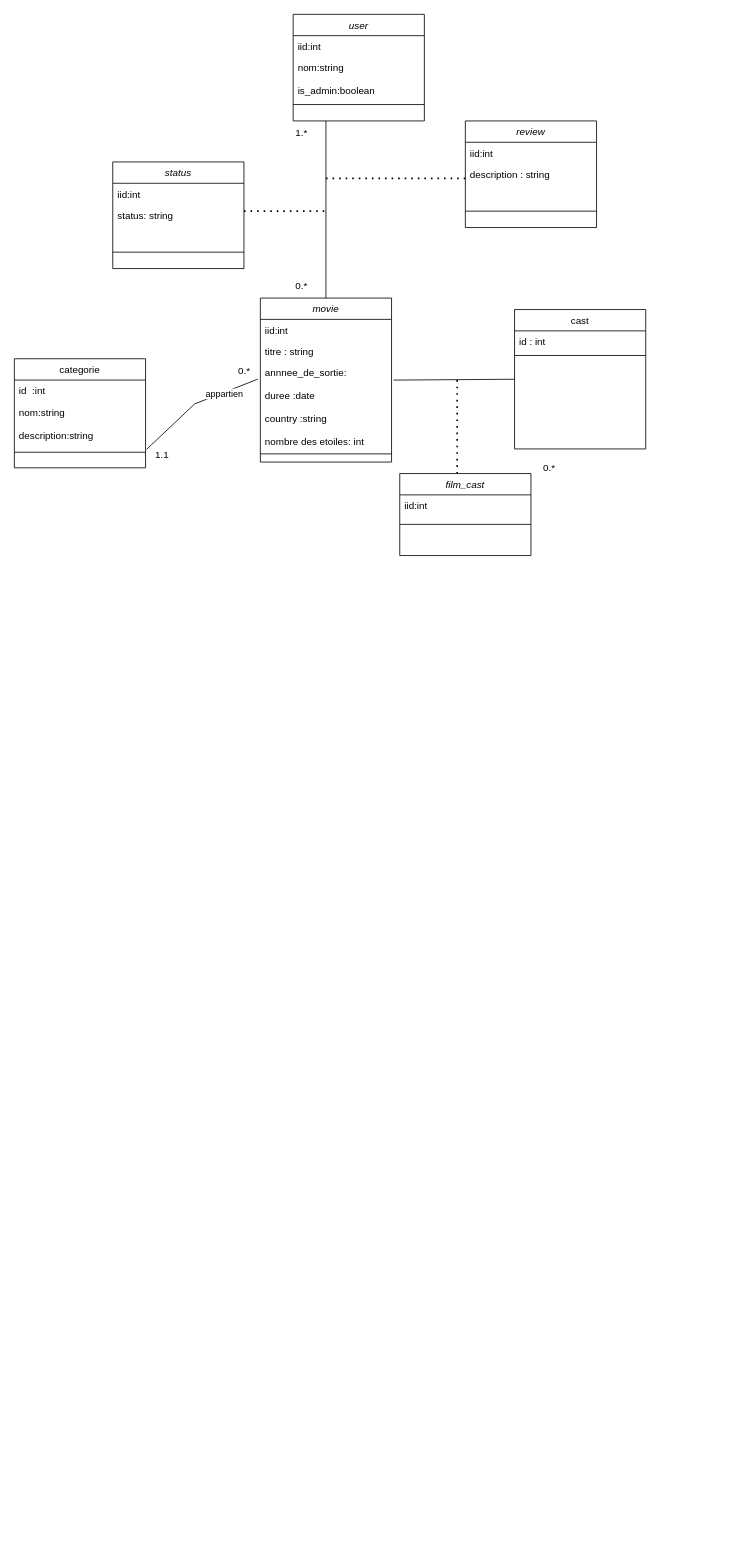
This is Diagramme sans nom.drawio from Fatiroot/dashboard_moviemingle, a draw.io file, before an edit. Source tidied: cells renumbered, new cells numbered last; positions are measured from the earlier drawing's top-left corner, leaving out a move shared by most shapes. Both pictures are drawn from the tidied source at 82%, with x=0, y=0 at pixel (14, 14).
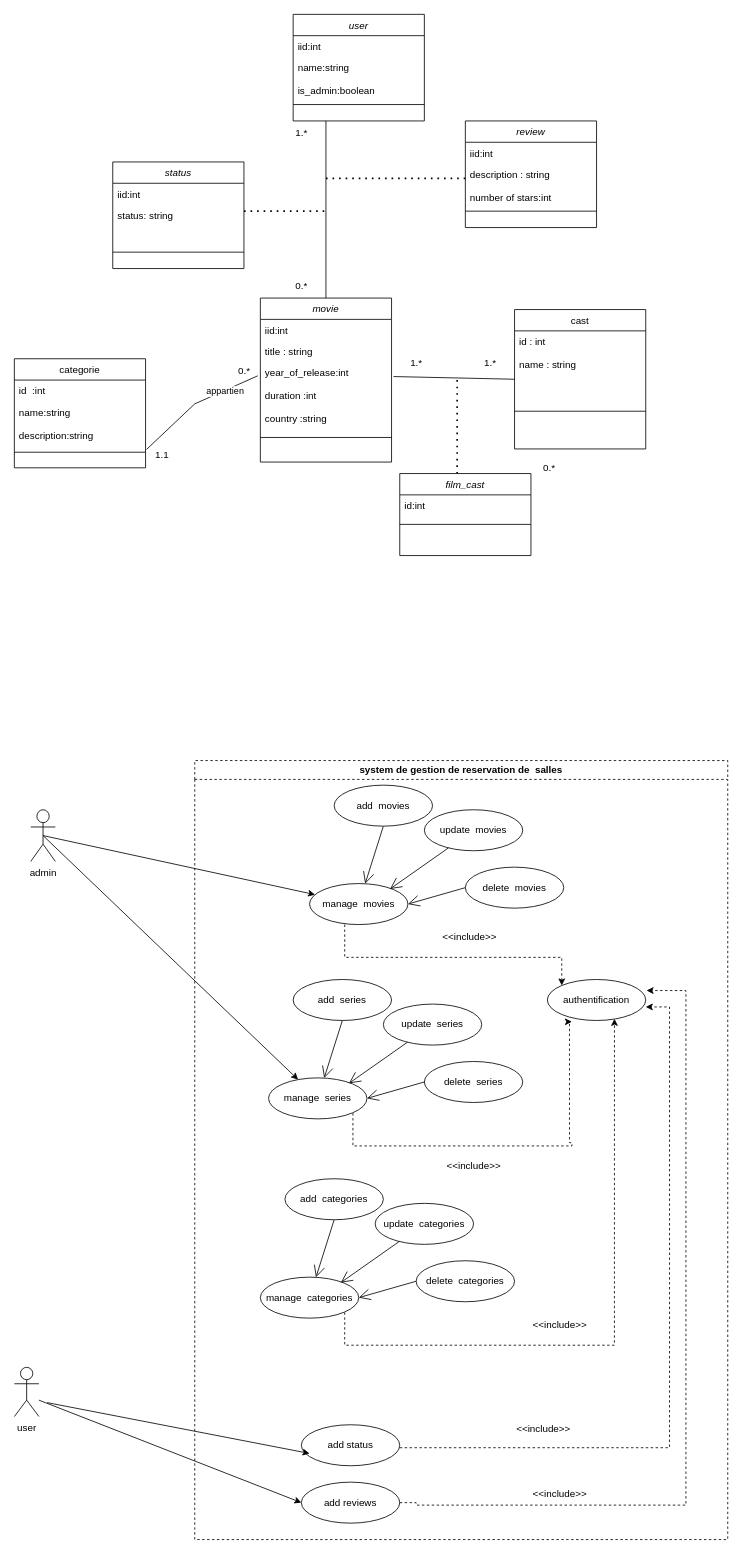
Above is the later version.

Commit message:
digramme de classe et cas d'utilisation

Unchanged cells that the change refers to:
```xml
<mxCell id="2" value="movie" style="swimlane;fontStyle=2;align=center;verticalAlign=top;horizontal=1;startSize=26;rounded=0;shadow=0;strokeWidth=1;" parent="1" vertex="1">
  <mxGeometry x="300" y="346" width="160" height="200" as="geometry" />
</mxCell>
<mxCell id="7" value="cast" style="swimlane;fontStyle=0;align=center;verticalAlign=top;horizontal=1;startSize=26;rounded=0;shadow=0;strokeWidth=1;" parent="1" vertex="1">
  <mxGeometry x="610" y="360" width="160" height="170" as="geometry" />
</mxCell>
<mxCell id="15" value="user" style="swimlane;fontStyle=2;align=center;verticalAlign=top;horizontal=1;startSize=26;rounded=0;shadow=0;strokeWidth=1;" parent="1" vertex="1">
  <mxGeometry x="340" width="160" height="130" as="geometry" />
</mxCell>
<mxCell id="28" value="review" style="swimlane;fontStyle=2;align=center;verticalAlign=top;horizontal=1;startSize=26;rounded=0;shadow=0;strokeWidth=1;" parent="1" vertex="1">
  <mxGeometry x="550" y="130" width="160" height="130" as="geometry" />
</mxCell>
<mxCell id="33" value="film_cast" style="swimlane;fontStyle=2;align=center;verticalAlign=top;horizontal=1;startSize=26;rounded=0;shadow=0;strokeWidth=1;" parent="1" vertex="1">
  <mxGeometry x="470" y="560" width="160" height="100" as="geometry" />
</mxCell>
<mxCell id="36" value="categorie" style="swimlane;fontStyle=0;align=center;verticalAlign=top;horizontal=1;startSize=26;rounded=0;shadow=0;strokeWidth=1;" parent="1" vertex="1">
  <mxGeometry y="420" width="160" height="133" as="geometry" />
</mxCell>
```

What changed in the source:
```diff
@@
-    <mxCell id="4" value="titre : string" style="text;align=left;verticalAlign=top;spacingLeft=4;spacingRight=4;overflow=hidden;rounded=0;shadow=0;html=0;" parent="2" vertex="1">
+    <mxCell id="4" value="title : string" style="text;align=left;verticalAlign=top;spacingLeft=4;spacingRight=4;overflow=hidden;rounded=0;shadow=0;html=0;" parent="2" vertex="1">
       <mxGeometry y="52" width="160" height="26" as="geometry" />
     </mxCell>
-    <mxCell id="5" value="annnee_de_sortie:&#10;&#10;duree :date&#10;&#10;country :string&#10;&#10;nombre des etoiles: int&#10;&#10;" style="text;align=left;verticalAlign=top;spacingLeft=4;spacingRight=4;overflow=hidden;points=[[0,0.5],[1,0.5]];portConstraint=eastwest;rounded=0;shadow=0;html=0;" parent="2" vertex="1">
-      <mxGeometry y="78" width="160" height="102" as="geometry" />
+    <mxCell id="5" value="year_of_release:int&#10;&#10;duration :int&#10;&#10;country :string" style="text;align=left;verticalAlign=top;spacingLeft=4;spacingRight=4;overflow=hidden;points=[[0,0.5],[1,0.5]];portConstraint=eastwest;rounded=0;shadow=0;html=0;" parent="2" vertex="1">
+      <mxGeometry y="78" width="160" height="82" as="geometry" />
     </mxCell>
     <mxCell id="6" style="line;html=1;strokeWidth=1;align=left;verticalAlign=middle;spacingTop=-1;spacingLeft=3;spacingRight=3;labelPosition=right;" parent="2" vertex="1">
-      <mxGeometry y="180" width="160" height="20" as="geometry" />
+      <mxGeometry y="160" width="160" height="20" as="geometry" />
     </mxCell>
@@
-    <mxCell id="8" value="id : int" style="text;align=left;verticalAlign=top;spacingLeft=4;spacingRight=4;overflow=hidden;" parent="7" vertex="1">
-      <mxGeometry y="26" width="160" height="26" as="geometry" />
+    <mxCell id="8" value="id : int&#10;&#10;name : string" style="text;align=left;verticalAlign=top;spacingLeft=4;spacingRight=4;overflow=hidden;" parent="7" vertex="1">
+      <mxGeometry y="26" width="160" height="94" as="geometry" />
     </mxCell>
     <mxCell id="9" style="line;html=1;strokeWidth=1;align=left;verticalAlign=middle;spacingTop=-1;spacingLeft=3;spacingRight=3;labelPosition=right;" parent="7" vertex="1">
-      <mxGeometry y="52" width="160" height="8" as="geometry" />
+      <mxGeometry y="120" width="160" height="8" as="geometry" />
     </mxCell>
@@
-    <mxCell id="17" value="nom:string&#10;&#10;is_admin:boolean&#10;" style="text;align=left;verticalAlign=top;spacingLeft=4;spacingRight=4;overflow=hidden;rounded=0;shadow=0;html=0;" parent="15" vertex="1">
+    <mxCell id="17" value="name:string&#10;&#10;is_admin:boolean&#10;" style="text;align=left;verticalAlign=top;spacingLeft=4;spacingRight=4;overflow=hidden;rounded=0;shadow=0;html=0;" parent="15" vertex="1">
       <mxGeometry y="52" width="160" height="48" as="geometry" />
     </mxCell>
@@
-    <mxCell id="30" value="description : string" style="text;align=left;verticalAlign=top;spacingLeft=4;spacingRight=4;overflow=hidden;rounded=0;shadow=0;html=0;" parent="28" vertex="1">
+    <mxCell id="30" value="description : string&#10;&#10;number of stars:int&#10;" style="text;align=left;verticalAlign=top;spacingLeft=4;spacingRight=4;overflow=hidden;rounded=0;shadow=0;html=0;" parent="28" vertex="1">
       <mxGeometry y="52" width="160" height="48" as="geometry" />
     </mxCell>
@@
-    <mxCell id="34" value="iid:int" style="text;align=left;verticalAlign=top;spacingLeft=4;spacingRight=4;overflow=hidden;" parent="33" vertex="1">
+    <mxCell id="34" value="id:int" style="text;align=left;verticalAlign=top;spacingLeft=4;spacingRight=4;overflow=hidden;" parent="33" vertex="1">
       <mxGeometry y="26" width="160" height="26" as="geometry" />
     </mxCell>
@@
-    <mxCell id="38" value="nom:string&#10;&#10;description:string" style="text;align=left;verticalAlign=top;spacingLeft=4;spacingRight=4;overflow=hidden;points=[[0,0.5],[1,0.5]];portConstraint=eastwest;rounded=0;shadow=0;html=0;" parent="36" vertex="1">
+    <mxCell id="38" value="name:string&#10;&#10;description:string" style="text;align=left;verticalAlign=top;spacingLeft=4;spacingRight=4;overflow=hidden;points=[[0,0.5],[1,0.5]];portConstraint=eastwest;rounded=0;shadow=0;html=0;" parent="36" vertex="1">
       <mxGeometry y="52" width="160" height="58" as="geometry" />
     </mxCell>
@@
+    <mxCell id="41" value="1.*" style="text;html=1;align=center;verticalAlign=middle;strokeColor=none;fillColor=none;" parent="1" vertex="1">
+      <mxGeometry x="470" y="410" width="40" height="30" as="geometry" />
+    </mxCell>
+    <mxCell id="42" value="1.*" style="text;html=1;align=center;verticalAlign=middle;strokeColor=none;fillColor=none;" parent="1" vertex="1">
+      <mxGeometry x="560" y="410" width="40" height="30" as="geometry" />
+    </mxCell>
+    <mxCell id="43" value="system de gestion de reservation de&amp;nbsp; salles" style="swimlane;whiteSpace=wrap;html=1;dashed=1;" parent="1" vertex="1">
+      <mxGeometry x="220" y="910" width="650" height="950" as="geometry" />
+    </mxCell>
+    <mxCell id="44" style="edgeStyle=orthogonalEdgeStyle;rounded=0;jettySize=auto;html=1;exitX=0.5;exitY=1;exitDx=0;exitDy=0;dashed=1;entryX=0;entryY=0;entryDx=0;entryDy=0;" parent="43" edge="1" target="46">
+      <mxGeometry relative="1" as="geometry">
+        <mxPoint x="182.9" y="200" as="sourcePoint" />
+        <Array as="points">
+          <mxPoint x="183" y="240" />
+          <mxPoint x="447" y="240" />
+        </Array>
+      </mxGeometry>
+    </mxCell>
+    <mxCell id="45" value="manage&amp;nbsp; movies" style="ellipse;whiteSpace=wrap;html=1;" parent="43" vertex="1">
+      <mxGeometry x="140" y="150" width="120" height="50" as="geometry" />
+    </mxCell>
+    <mxCell id="46" value="authentification" style="ellipse;whiteSpace=wrap;html=1;" parent="43" vertex="1">
+      <mxGeometry x="430" y="267" width="120" height="50" as="geometry" />
+    </mxCell>
+    <mxCell id="47" value="add status" style="ellipse;whiteSpace=wrap;html=1;" parent="43" vertex="1">
+      <mxGeometry x="130" y="810" width="120" height="50" as="geometry" />
+    </mxCell>
+    <mxCell id="48" value="delete&amp;nbsp; movies" style="ellipse;whiteSpace=wrap;html=1;" parent="43" vertex="1">
+      <mxGeometry x="330" y="130" width="120" height="50" as="geometry" />
+    </mxCell>
+    <mxCell id="49" value="&amp;lt;&amp;lt;include&amp;gt;&amp;gt;" style="text;html=1;align=center;verticalAlign=middle;strokeColor=none;fillColor=none;" parent="43" vertex="1">
+      <mxGeometry x="290" y="200" width="90" height="30" as="geometry" />
+    </mxCell>
+    <mxCell id="50" style="endArrow=open;endFill=1;endSize=12;html=1;rounded=0;" parent="43" edge="1" target="45">
+      <mxGeometry relative="1" as="geometry">
+        <mxPoint x="230" y="80" as="sourcePoint" />
+      </mxGeometry>
+    </mxCell>
+    <mxCell id="51" value="add&amp;nbsp; movies" style="ellipse;whiteSpace=wrap;html=1;" parent="43" vertex="1">
+      <mxGeometry x="170" y="30" width="120" height="50" as="geometry" />
+    </mxCell>
+    <mxCell id="52" value="update&amp;nbsp; movies" style="ellipse;whiteSpace=wrap;html=1;" parent="43" vertex="1">
+      <mxGeometry x="280" y="60" width="120" height="50" as="geometry" />
+    </mxCell>
+    <mxCell id="53" style="endArrow=open;endFill=1;endSize=12;html=1;rounded=0;entryX=0.818;entryY=0.132;entryDx=0;entryDy=0;entryPerimeter=0;" parent="43" edge="1" source="52" target="45">
+      <mxGeometry relative="1" as="geometry" />
+    </mxCell>
+    <mxCell id="54" style="endArrow=open;endFill=1;endSize=12;html=1;rounded=0;exitX=0;exitY=0.5;exitDx=0;exitDy=0;entryX=1;entryY=0.5;entryDx=0;entryDy=0;" parent="43" edge="1" source="48" target="45">
+      <mxGeometry relative="1" as="geometry" />
+    </mxCell>
+    <mxCell id="55" value="manage&amp;nbsp; series" style="ellipse;whiteSpace=wrap;html=1;" parent="43" vertex="1">
+      <mxGeometry x="90" y="387" width="120" height="50" as="geometry" />
+    </mxCell>
+    <mxCell id="56" value="delete&amp;nbsp; series" style="ellipse;whiteSpace=wrap;html=1;" parent="43" vertex="1">
+      <mxGeometry x="280" y="367" width="120" height="50" as="geometry" />
+    </mxCell>
+    <mxCell id="57" style="endArrow=open;endFill=1;endSize=12;html=1;rounded=0;" parent="43" edge="1" target="55">
+      <mxGeometry relative="1" as="geometry">
+        <mxPoint x="180" y="317" as="sourcePoint" />
+      </mxGeometry>
+    </mxCell>
+    <mxCell id="58" value="add&amp;nbsp; series" style="ellipse;whiteSpace=wrap;html=1;" parent="43" vertex="1">
+      <mxGeometry x="120" y="267" width="120" height="50" as="geometry" />
+    </mxCell>
+    <mxCell id="59" value="update&amp;nbsp; series" style="ellipse;whiteSpace=wrap;html=1;" parent="43" vertex="1">
+      <mxGeometry x="230" y="297" width="120" height="50" as="geometry" />
+    </mxCell>
+    <mxCell id="60" style="endArrow=open;endFill=1;endSize=12;html=1;rounded=0;entryX=0.818;entryY=0.132;entryDx=0;entryDy=0;entryPerimeter=0;" parent="43" edge="1" source="59" target="55">
+      <mxGeometry relative="1" as="geometry" />
+    </mxCell>
+    <mxCell id="61" style="endArrow=open;endFill=1;endSize=12;html=1;rounded=0;exitX=0;exitY=0.5;exitDx=0;exitDy=0;entryX=1;entryY=0.5;entryDx=0;entryDy=0;" parent="43" edge="1" source="56" target="55">
+      <mxGeometry relative="1" as="geometry" />
+    </mxCell>
+    <mxCell id="62" style="edgeStyle=orthogonalEdgeStyle;rounded=0;jettySize=auto;html=1;exitX=0.5;exitY=1;exitDx=0;exitDy=0;dashed=1;entryX=0.25;entryY=1.029;entryDx=0;entryDy=0;entryPerimeter=0;" parent="43" edge="1" target="46">
+      <mxGeometry relative="1" as="geometry">
+        <mxPoint x="192.9" y="430" as="sourcePoint" />
+        <Array as="points">
+          <mxPoint x="193" y="470" />
+          <mxPoint x="460" y="470" />
+          <mxPoint x="460" y="466" />
+          <mxPoint x="457" y="466" />
+          <mxPoint x="457" y="319" />
+        </Array>
+      </mxGeometry>
+    </mxCell>
+    <mxCell id="63" value="manage&amp;nbsp; categories" style="ellipse;whiteSpace=wrap;html=1;" parent="43" vertex="1">
+      <mxGeometry x="80" y="630" width="120" height="50" as="geometry" />
+    </mxCell>
+    <mxCell id="64" value="delete&amp;nbsp; categories" style="ellipse;whiteSpace=wrap;html=1;" parent="43" vertex="1">
+      <mxGeometry x="270" y="610" width="120" height="50" as="geometry" />
+    </mxCell>
+    <mxCell id="65" style="endArrow=open;endFill=1;endSize=12;html=1;rounded=0;" parent="43" edge="1" target="63">
+      <mxGeometry relative="1" as="geometry">
+        <mxPoint x="170" y="560" as="sourcePoint" />
+      </mxGeometry>
+    </mxCell>
+    <mxCell id="66" value="update&amp;nbsp; categories" style="ellipse;whiteSpace=wrap;html=1;" parent="43" vertex="1">
+      <mxGeometry x="220" y="540" width="120" height="50" as="geometry" />
+    </mxCell>
+    <mxCell id="67" style="endArrow=open;endFill=1;endSize=12;html=1;rounded=0;entryX=0.818;entryY=0.132;entryDx=0;entryDy=0;entryPerimeter=0;" parent="43" edge="1" source="66" target="63">
+      <mxGeometry relative="1" as="geometry" />
+    </mxCell>
+    <mxCell id="68" style="endArrow=open;endFill=1;endSize=12;html=1;rounded=0;exitX=0;exitY=0.5;exitDx=0;exitDy=0;entryX=1;entryY=0.5;entryDx=0;entryDy=0;" parent="43" edge="1" source="64" target="63">
+      <mxGeometry relative="1" as="geometry" />
+    </mxCell>
+    <mxCell id="69" style="edgeStyle=orthogonalEdgeStyle;rounded=0;jettySize=auto;html=1;exitX=0.5;exitY=1;exitDx=0;exitDy=0;dashed=1;entryX=0.682;entryY=0.96;entryDx=0;entryDy=0;entryPerimeter=0;" parent="43" edge="1" target="46">
+      <mxGeometry relative="1" as="geometry">
+        <mxPoint x="182.9" y="673" as="sourcePoint" />
+        <Array as="points">
+          <mxPoint x="183" y="713" />
+          <mxPoint x="512" y="713" />
+        </Array>
+      </mxGeometry>
+    </mxCell>
+    <mxCell id="70" value="add&amp;nbsp; categories" style="ellipse;whiteSpace=wrap;html=1;" parent="43" vertex="1">
+      <mxGeometry x="110" y="510" width="120" height="50" as="geometry" />
+    </mxCell>
+    <mxCell id="71" value="&amp;lt;&amp;lt;include&amp;gt;&amp;gt;" style="text;html=1;align=center;verticalAlign=middle;strokeColor=none;fillColor=none;" parent="43" vertex="1">
+      <mxGeometry x="295" y="480" width="90" height="30" as="geometry" />
+    </mxCell>
+    <mxCell id="72" value="&amp;lt;&amp;lt;include&amp;gt;&amp;gt;" style="text;html=1;align=center;verticalAlign=middle;strokeColor=none;fillColor=none;" parent="43" vertex="1">
+      <mxGeometry x="400" y="674" width="90" height="30" as="geometry" />
+    </mxCell>
+    <mxCell id="73" value="add reviews" style="ellipse;whiteSpace=wrap;html=1;" parent="43" vertex="1">
+      <mxGeometry x="130" y="880" width="120" height="50" as="geometry" />
+    </mxCell>
+    <mxCell id="74" style="edgeStyle=orthogonalEdgeStyle;rounded=0;jettySize=auto;html=1;dashed=1;entryX=1;entryY=0.669;entryDx=0;entryDy=0;entryPerimeter=0;" parent="43" edge="1" target="46">
+      <mxGeometry relative="1" as="geometry">
+        <mxPoint x="250" y="838" as="sourcePoint" />
+        <Array as="points">
+          <mxPoint x="250" y="838" />
+          <mxPoint x="579" y="838" />
+          <mxPoint x="579" y="301" />
+        </Array>
+      </mxGeometry>
+    </mxCell>
+    <mxCell id="75" style="edgeStyle=orthogonalEdgeStyle;rounded=0;jettySize=auto;html=1;exitX=1;exitY=0.5;exitDx=0;exitDy=0;dashed=1;entryX=1.008;entryY=0.269;entryDx=0;entryDy=0;entryPerimeter=0;" parent="43" edge="1" source="73" target="46">
+      <mxGeometry relative="1" as="geometry">
+        <Array as="points">
+          <mxPoint x="270" y="905" />
+          <mxPoint x="270" y="908" />
+          <mxPoint x="599" y="908" />
+          <mxPoint x="599" y="281" />
+        </Array>
+      </mxGeometry>
+    </mxCell>
+    <mxCell id="76" value="&amp;lt;&amp;lt;include&amp;gt;&amp;gt;" style="text;html=1;align=center;verticalAlign=middle;strokeColor=none;fillColor=none;" parent="43" vertex="1">
+      <mxGeometry x="380" y="800" width="90" height="30" as="geometry" />
+    </mxCell>
+    <mxCell id="77" value="&amp;lt;&amp;lt;include&amp;gt;&amp;gt;" style="text;html=1;align=center;verticalAlign=middle;strokeColor=none;fillColor=none;" parent="43" vertex="1">
+      <mxGeometry x="400" y="880" width="90" height="30" as="geometry" />
+    </mxCell>
+    <mxCell id="78" value="admin" style="shape=umlActor;verticalLabelPosition=bottom;verticalAlign=top;html=1;outlineConnect=0;" parent="1" vertex="1">
+      <mxGeometry x="20" y="970" width="30" height="63" as="geometry" />
+    </mxCell>
+    <mxCell id="79" value="user" style="shape=umlActor;verticalLabelPosition=bottom;verticalAlign=top;html=1;" parent="1" vertex="1">
+      <mxGeometry y="1650" width="30" height="60" as="geometry" />
+    </mxCell>
+    <mxCell id="80" style="endArrow=classic;html=1;rounded=0;entryX=0;entryY=0.5;entryDx=0;entryDy=0;" parent="1" edge="1" target="73">
+      <mxGeometry relative="1" as="geometry">
+        <mxPoint x="30" y="1690" as="sourcePoint" />
+      </mxGeometry>
+    </mxCell>
+    <mxCell id="81" style="endArrow=classic;html=1;rounded=0;exitX=0.5;exitY=0.5;exitDx=0;exitDy=0;exitPerimeter=0;" parent="1" edge="1" source="78" target="45">
+      <mxGeometry relative="1" as="geometry" />
+    </mxCell>
+    <mxCell id="82" style="endArrow=classic;html=1;rounded=0;exitX=0.5;exitY=0.5;exitDx=0;exitDy=0;exitPerimeter=0;" parent="1" edge="1" source="78" target="55">
+      <mxGeometry relative="1" as="geometry" />
+    </mxCell>
+    <mxCell id="83" style="endArrow=classic;html=1;rounded=0;entryX=0;entryY=0.5;entryDx=0;entryDy=0;" parent="1" edge="1">
+      <mxGeometry relative="1" as="geometry">
+        <mxPoint x="40" y="1693" as="sourcePoint" />
+        <mxPoint x="360" y="1755" as="targetPoint" />
+      </mxGeometry>
+    </mxCell>
```
